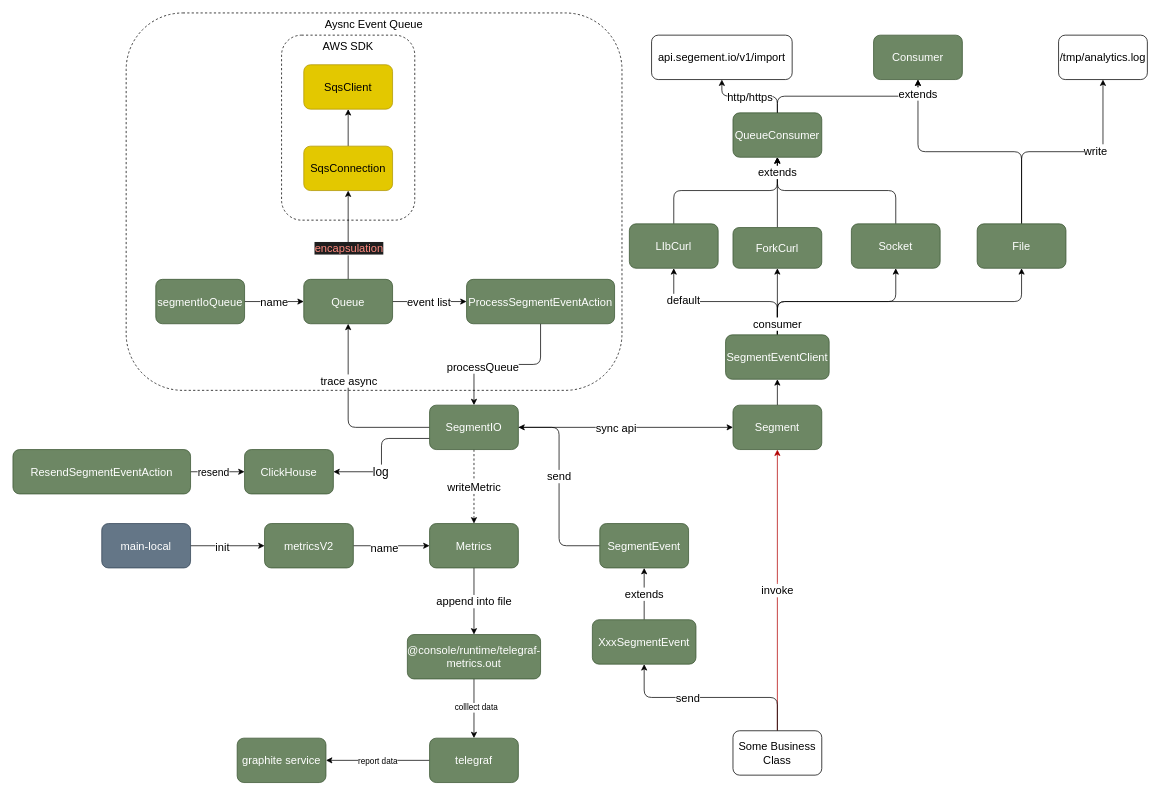
sheldon-pacvue/segmenet-event keeps this draw.io diagram as assets/SegmentEvent.drawio. Above is the earlier version. Source tidied: cells renumbered, new cells numbered last; positions are measured from the earlier drawing's top-left corner, leaving out a move shared by most shapes. Both pictures are drawn from the tidied source at 74%, with x=0, y=0 at pixel (13, 13).
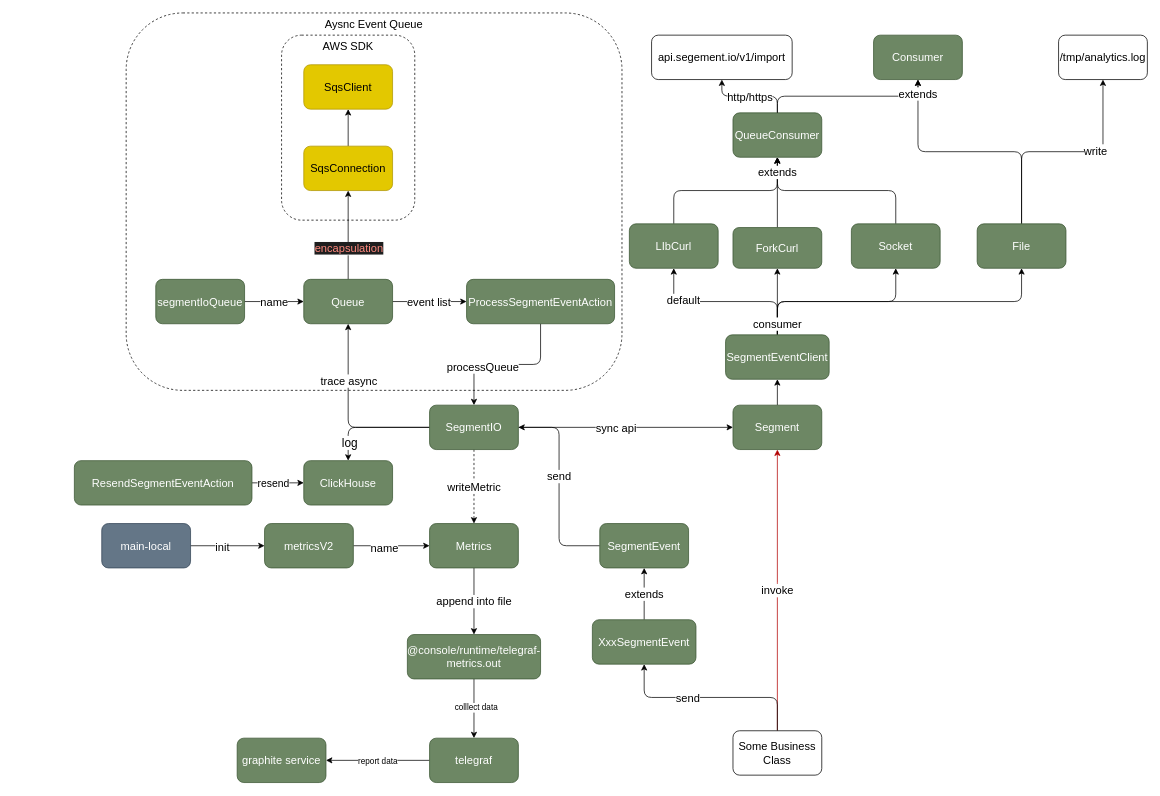
Above is the later version.

The change refers to these unchanged cells:
```xml
<mxCell id="23" value="SegmentIO" style="rounded=1;whiteSpace=wrap;html=1;fillColor=#6d8764;fontColor=#ffffff;strokeColor=#3A5431;fontSize=15;" parent="1" vertex="1">
  <mxGeometry x="563" y="530" width="120" height="60" as="geometry" />
</mxCell>
```

The edit, as a diff of the source:
```diff
@@
-    <mxCell id="21" style="edgeStyle=orthogonalEdgeStyle;rounded=1;jettySize=auto;html=1;exitX=0;exitY=0.75;exitDx=0;exitDy=0;entryX=1;entryY=0.5;entryDx=0;entryDy=0;" parent="1" edge="1" source="23" target="72">
+    <mxCell id="21" style="edgeStyle=orthogonalEdgeStyle;rounded=1;jettySize=auto;html=1;exitX=0;exitY=0.5;exitDx=0;exitDy=0;entryX=0.5;entryY=0;entryDx=0;entryDy=0;" parent="1" edge="1" source="23" target="72">
       <mxGeometry relative="1" as="geometry" />
     </mxCell>
     <mxCell id="22" value="log" style="edgeLabel;html=1;align=center;verticalAlign=middle;fontSize=16;" parent="21" vertex="1">
-      <mxGeometry x="0.28" y="-1" relative="1" as="geometry" />
+      <mxGeometry x="0.28" y="-1" relative="1" as="geometry">
+        <mxPoint x="-10" y="21" as="offset" />
+      </mxGeometry>
     </mxCell>
@@
     <mxCell id="72" value="ClickHouse" style="rounded=1;whiteSpace=wrap;html=1;fillColor=#6d8764;fontColor=#ffffff;strokeColor=#3A5431;fontSize=15;" parent="1" vertex="1">
-      <mxGeometry x="313" y="590" width="120" height="60" as="geometry" />
+      <mxGeometry x="393" y="605" width="120" height="60" as="geometry" />
     </mxCell>
@@
     <mxCell id="75" value="ResendSegmentEventAction" style="rounded=1;whiteSpace=wrap;html=1;fillColor=#6d8764;fontColor=#ffffff;strokeColor=#3A5431;fontSize=15;" parent="1" vertex="1">
-      <mxGeometry y="590" width="240" height="60" as="geometry" />
+      <mxGeometry x="83" y="605" width="240" height="60" as="geometry" />
     </mxCell>
```
